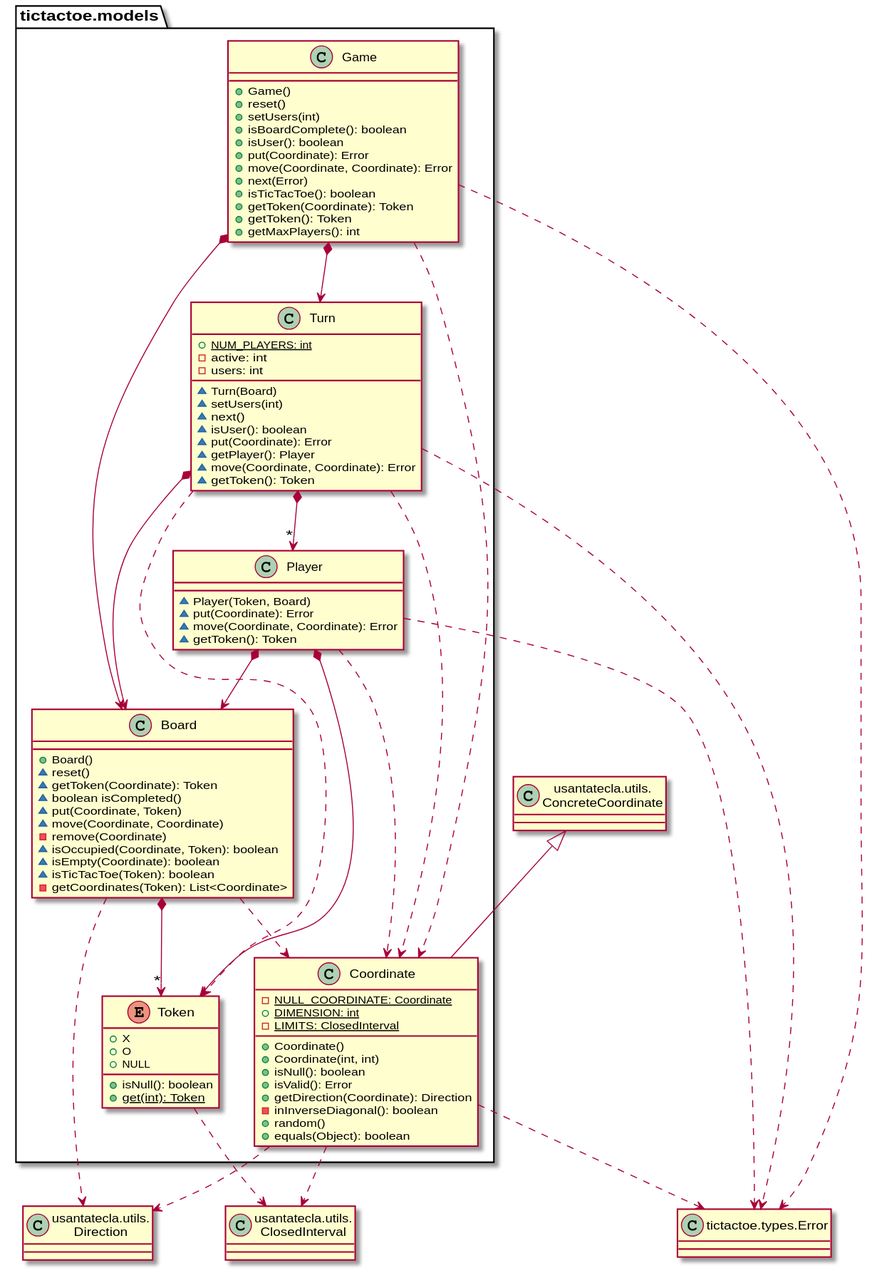
Above: modelViewPresenter/presentationModel/basic/docs/diagrams/out/paquetes/paqueteTicTacToeModels.svg in Jolucaa/USantaTecla-project-ticTacToe (PlantUML), before the change.
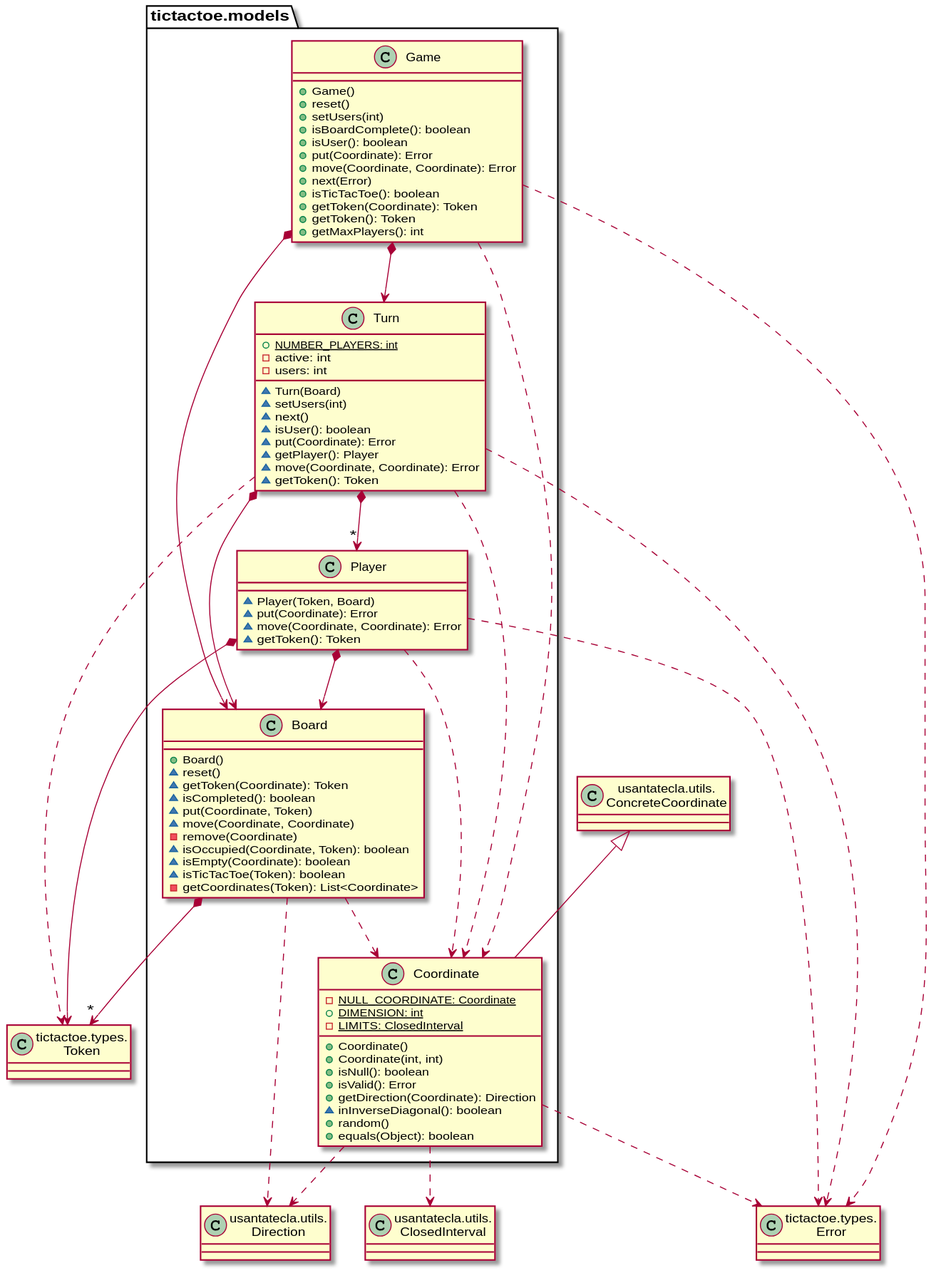
After the commit.

Change to the diagram source:
```diff
@@ -2,13 +2,14 @@
 class ClosedInterval as "usantatecla.utils.\nClosedInterval" {}
 class ConcreteCoordinate as "usantatecla.utils.\nConcreteCoordinate" {}
 class Direction as "usantatecla.utils.\nDirection" {}
-class Error as "tictactoe.types.Error" {}
+class Error as "tictactoe.types.\nError" {}
+class Token as "tictactoe.types.\nToken" {}
 
 class  tictactoe.models.Board{
 + Board()
 ~ reset()
 ~ getToken(Coordinate): Token
-~ boolean isCompleted()
+~ isCompleted(): boolean
 ~ put(Coordinate, Token)
 ~ move(Coordinate, Coordinate)
 - remove(Coordinate)
@@ -18,7 +19,7 @@
 - getCoordinates(Token): List<Coordinate>
 }
 
-tictactoe.models.Board *-down-> "*" tictactoe.models.Token
+tictactoe.models.Board *-down-> "*" Token
 tictactoe.models.Board .down.> tictactoe.models.Coordinate
 tictactoe.models.Board .down.> Direction
 
@@ -31,7 +32,7 @@
 + isNull(): boolean
 + isValid(): Error
 + getDirection(Coordinate): Direction
-- inInverseDiagonal(): boolean
+~ inInverseDiagonal(): boolean
 + random()
 + equals(Object): boolean
 }
@@ -65,23 +66,13 @@
 ~ move(Coordinate, Coordinate): Error
 ~ getToken(): Token
 }
-tictactoe.models.Player *-down-> tictactoe.models.Token
+tictactoe.models.Player *-down-> Token
 tictactoe.models.Player *-down-> tictactoe.models.Board
 tictactoe.models.Player .down.> tictactoe.models.Coordinate
 tictactoe.models.Player .down.> Error
 
-enum  tictactoe.models.Token{
-+ X
-+ O
-+ NULL
-+ isNull(): boolean
-+ {static} get(int): Token
-}
-
-tictactoe.models.Token .down.> ClosedInterval
-
 class  tictactoe.models.Turn{
-+ {static} NUM_PLAYERS: int
++ {static} NUMBER_PLAYERS: int
 - active: int
 - users: int
 ~ Turn(Board)
@@ -96,7 +87,7 @@
 
 tictactoe.models.Turn *-down-> "*" tictactoe.models.Player
 tictactoe.models.Turn *-down-> tictactoe.models.Board
-tictactoe.models.Turn .down.-> tictactoe.models.Token
+tictactoe.models.Turn .down.-> Token
 tictactoe.models.Turn .down.-> tictactoe.models.Coordinate
 tictactoe.models.Turn .down.-> Error
 @enduml
```
